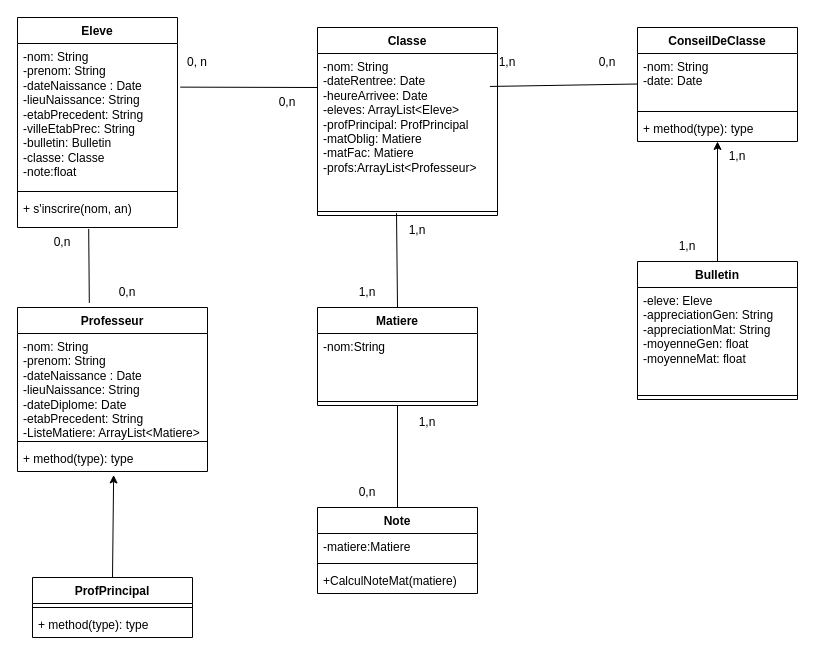
Above: TP3.drawio in sheerinbanu/conception-uml (draw.io), before the change. Source tidied: cells renumbered, new cells numbered last; positions are measured from the earlier drawing's top-left corner, leaving out a move shared by most shapes. Both pictures are drawn from the tidied source at 100%, with x=0, y=0 at pixel (17, 17).
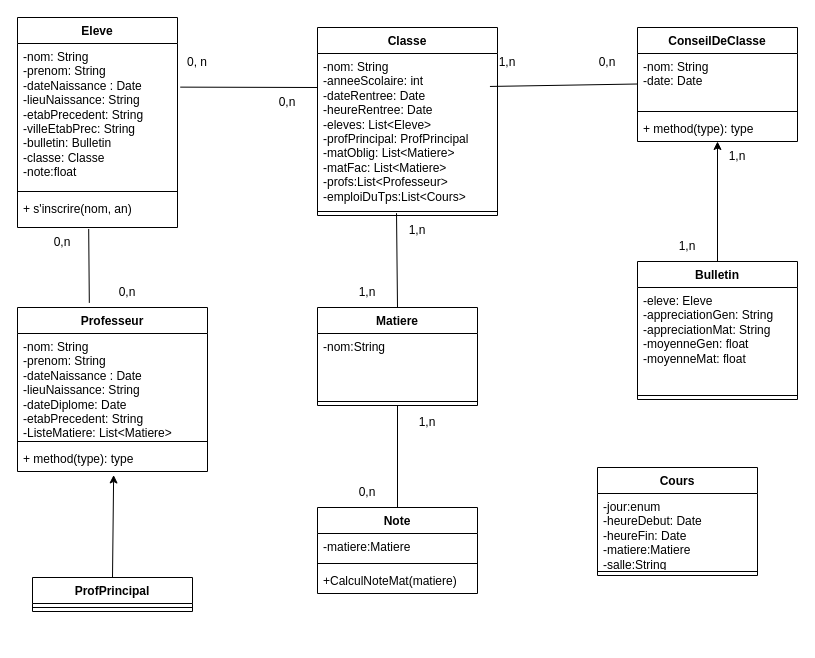
The same page after the edit.

The change refers to these unchanged cells:
```xml
<mxCell id="6" value="Professeur" style="swimlane;fontStyle=1;align=center;verticalAlign=top;horizontal=1;startSize=26;whiteSpace=wrap;html=1;" parent="1" vertex="1">
  <mxGeometry y="290" width="190" height="164" as="geometry" />
</mxCell>
<mxCell id="10" value="Classe" style="swimlane;fontStyle=1;align=center;verticalAlign=top;horizontal=1;startSize=26;whiteSpace=wrap;html=1;" parent="1" vertex="1">
  <mxGeometry x="300" y="10" width="180" height="188" as="geometry" />
</mxCell>
```

Diff of the diagram source:
```diff
@@
-    <mxCell id="7" value="-nom: String&lt;div&gt;-prenom: String&lt;/div&gt;&lt;div&gt;-dateNaissance : Date&lt;/div&gt;&lt;div&gt;-lieuNaissance: String&lt;/div&gt;&lt;div&gt;-dateDiplome: Date&lt;/div&gt;&lt;div&gt;-etabPrecedent: String&lt;/div&gt;&lt;div&gt;-ListeMatiere: ArrayList&amp;lt;Matiere&amp;gt;&lt;br&gt;&lt;div&gt;&lt;br&gt;&lt;/div&gt;&lt;/div&gt;" style="text;strokeColor=none;fillColor=none;align=left;verticalAlign=top;spacingLeft=4;spacingRight=4;overflow=hidden;whiteSpace=wrap;html=1;" parent="6" vertex="1">
+    <mxCell id="7" value="-nom: String&lt;div&gt;-prenom: String&lt;/div&gt;&lt;div&gt;-dateNaissance : Date&lt;/div&gt;&lt;div&gt;-lieuNaissance: String&lt;/div&gt;&lt;div&gt;-dateDiplome: Date&lt;/div&gt;&lt;div&gt;-etabPrecedent: String&lt;/div&gt;&lt;div&gt;-ListeMatiere: List&amp;lt;Matiere&amp;gt;&lt;br&gt;&lt;div&gt;&lt;br&gt;&lt;/div&gt;&lt;/div&gt;" style="text;strokeColor=none;fillColor=none;align=left;verticalAlign=top;spacingLeft=4;spacingRight=4;overflow=hidden;whiteSpace=wrap;html=1;" parent="6" vertex="1">
       <mxGeometry y="26" width="190" height="104" as="geometry" />
     </mxCell>
@@
-    <mxCell id="11" value="-nom: String&lt;div&gt;-dateRentree: Date&lt;/div&gt;&lt;div&gt;-heureArrivee: Date&lt;/div&gt;&lt;div&gt;-eleves: ArrayList&amp;lt;Eleve&amp;gt;&lt;/div&gt;&lt;div&gt;-profPrincipal: ProfPrincipal&lt;/div&gt;&lt;div&gt;-matOblig: Matiere&lt;/div&gt;&lt;div&gt;-matFac: Matiere&lt;/div&gt;&lt;div&gt;-profs:ArrayList&amp;lt;Professeur&amp;gt;&lt;/div&gt;" style="text;strokeColor=none;fillColor=none;align=left;verticalAlign=top;spacingLeft=4;spacingRight=4;overflow=hidden;points=[[0,0.5],[1,0.5]];portConstraint=eastwest;whiteSpace=wrap;html=1;" parent="10" vertex="1">
+    <mxCell id="11" value="-nom: String&lt;div&gt;-anneeScolaire: int&lt;br&gt;&lt;div&gt;-dateRentree: Date&lt;/div&gt;&lt;div&gt;-heureRentree: Date&lt;/div&gt;&lt;div&gt;-eleves: List&amp;lt;Eleve&amp;gt;&lt;/div&gt;&lt;div&gt;-profPrincipal: ProfPrincipal&lt;/div&gt;&lt;div&gt;-matOblig: List&amp;lt;Matiere&amp;gt;&lt;/div&gt;&lt;div&gt;-matFac: List&amp;lt;Matiere&amp;gt;&lt;/div&gt;&lt;div&gt;-profs:List&amp;lt;Professeur&amp;gt;&lt;/div&gt;&lt;/div&gt;&lt;div&gt;-emploiDuTps:List&amp;lt;Cours&amp;gt;&lt;/div&gt;" style="text;strokeColor=none;fillColor=none;align=left;verticalAlign=top;spacingLeft=4;spacingRight=4;overflow=hidden;points=[[0,0.5],[1,0.5]];portConstraint=eastwest;whiteSpace=wrap;html=1;" parent="10" vertex="1">
       <mxGeometry y="26" width="180" height="154" as="geometry" />
     </mxCell>
@@
     <mxCell id="15" value="ProfPrincipal" style="swimlane;fontStyle=1;align=center;verticalAlign=top;horizontal=1;startSize=26;whiteSpace=wrap;html=1;" parent="1" vertex="1">
-      <mxGeometry x="15" y="560" width="160" height="60" as="geometry" />
+      <mxGeometry x="15" y="560" width="160" height="34" as="geometry" />
     </mxCell>
@@
-    <mxCell id="17" value="+ method(type): type" style="text;strokeColor=none;fillColor=none;align=left;verticalAlign=top;spacingLeft=4;spacingRight=4;overflow=hidden;whiteSpace=wrap;html=1;" parent="15" vertex="1">
-      <mxGeometry y="34" width="160" height="26" as="geometry" />
-    </mxCell>
@@
+    <mxCell id="49" value="Cours" style="swimlane;fontStyle=1;align=center;verticalAlign=top;horizontal=1;startSize=26;whiteSpace=wrap;html=1;" parent="1" vertex="1">
+      <mxGeometry x="580" y="450" width="160" height="108" as="geometry" />
+    </mxCell>
+    <mxCell id="50" value="-jour:enum&lt;div&gt;-heureDebut: Date&lt;/div&gt;&lt;div&gt;-heureFin: Date&lt;/div&gt;&lt;div&gt;-matiere:Matiere&lt;/div&gt;&lt;div&gt;-salle:String&lt;br&gt;&lt;div&gt;&lt;br&gt;&lt;/div&gt;&lt;/div&gt;" style="text;strokeColor=none;fillColor=none;align=left;verticalAlign=top;spacingLeft=4;spacingRight=4;overflow=hidden;whiteSpace=wrap;html=1;" parent="49" vertex="1">
+      <mxGeometry y="26" width="160" height="74" as="geometry" />
+    </mxCell>
+    <mxCell id="51" style="line;strokeWidth=1;fillColor=none;align=left;verticalAlign=middle;spacingTop=-1;spacingLeft=3;spacingRight=3;labelPosition=right;strokeColor=inherit;" parent="49" vertex="1">
+      <mxGeometry y="100" width="160" height="8" as="geometry" />
+    </mxCell>
```
